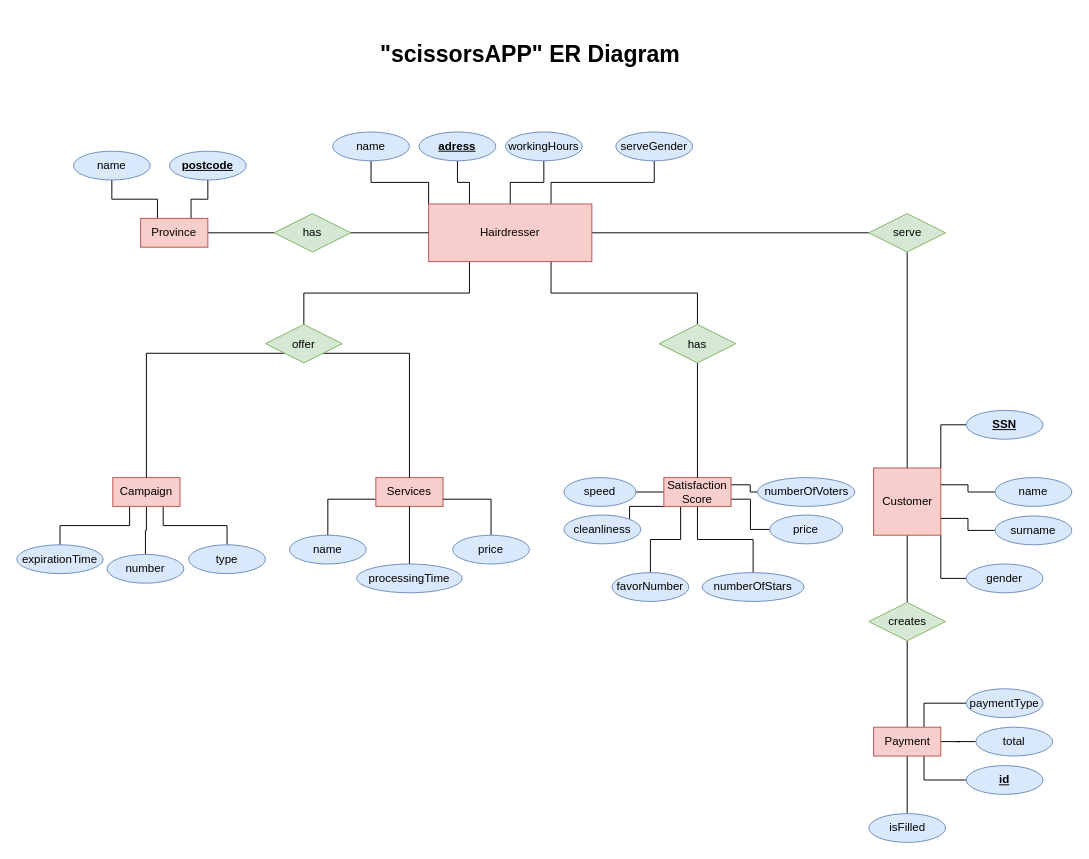
The draw.io diagram Untitled Diagram.drawio in OmerCelikel/scissors_DBMSproject, before the edit. Source tidied: cells renumbered, new cells numbered last; positions are measured from the earlier drawing's top-left corner, leaving out a move shared by most shapes. Both pictures are drawn from the tidied source at 96%, with x=0, y=0 at pixel (16, 16).
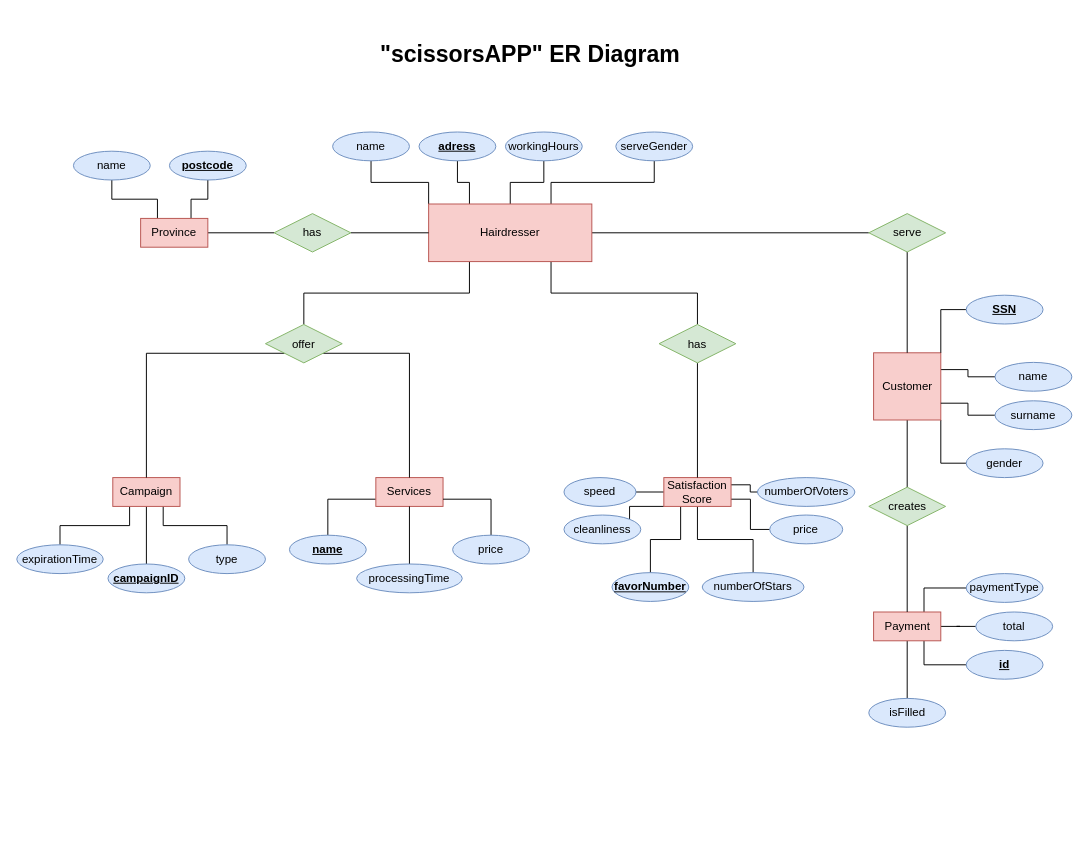
After the change.

Unchanged cells that the change refers to:
```xml
<mxCell id="29" value="Campaign" style="rounded=0;whiteSpace=wrap;html=1;fillColor=#f8cecc;strokeColor=#b85450;" parent="1" vertex="1">
  <mxGeometry x="100" y="480" width="70" height="30" as="geometry" />
</mxCell>
```

The edit, as a diff of the source:
```diff
@@
     <mxCell id="7" value="Payment" style="rounded=0;whiteSpace=wrap;html=1;fillColor=#f8cecc;strokeColor=#b85450;" parent="1" vertex="1">
-      <mxGeometry x="892.5" y="740" width="70" height="30" as="geometry" />
+      <mxGeometry x="892.5" y="620" width="70" height="30" as="geometry" />
     </mxCell>
@@
     <mxCell id="21" value="Customer" style="rounded=0;whiteSpace=wrap;html=1;fillColor=#f8cecc;strokeColor=#b85450;" parent="1" vertex="1">
-      <mxGeometry x="892.5" y="470" width="70" height="70" as="geometry" />
+      <mxGeometry x="892.5" y="350" width="70" height="70" as="geometry" />
     </mxCell>
@@
-    <mxCell id="28" style="edgeStyle=orthogonalEdgeStyle;rounded=0;jettySize=auto;html=1;exitX=0.5;exitY=1;exitDx=0;exitDy=0;entryX=0.5;entryY=0;entryDx=0;entryDy=0;fontFamily=Helvetica;endArrow=none;endFill=0;" parent="1" edge="1" source="29" target="72">
+    <mxCell id="28" style="edgeStyle=orthogonalEdgeStyle;rounded=0;jettySize=auto;html=1;exitX=0.5;exitY=1;exitDx=0;exitDy=0;entryX=0.5;entryY=0;entryDx=0;entryDy=0;fontFamily=Helvetica;fontSize=24;endArrow=none;endFill=0;" parent="1" edge="1" source="29" target="72">
       <mxGeometry relative="1" as="geometry" />
     </mxCell>
@@
     <mxCell id="30" value="name" style="ellipse;whiteSpace=wrap;html=1;fillColor=#dae8fc;strokeColor=#6c8ebf;" parent="1" vertex="1">
-      <mxGeometry x="1019" y="480" width="80" height="30" as="geometry" />
+      <mxGeometry x="1019" y="360" width="80" height="30" as="geometry" />
     </mxCell>
@@
     <mxCell id="37" value="creates" style="rhombus;whiteSpace=wrap;html=1;fontFamily=Helvetica;fillColor=#d5e8d4;strokeColor=#82b366;" parent="1" vertex="1">
-      <mxGeometry x="887.5" y="610" width="80" height="40" as="geometry" />
+      <mxGeometry x="887.5" y="490" width="80" height="40" as="geometry" />
     </mxCell>
@@
     <mxCell id="41" value="&lt;u&gt;&lt;b&gt;SSN&lt;/b&gt;&lt;/u&gt;" style="ellipse;whiteSpace=wrap;html=1;fillColor=#dae8fc;strokeColor=#6c8ebf;" parent="1" vertex="1">
-      <mxGeometry x="989" y="410" width="80" height="30" as="geometry" />
+      <mxGeometry x="989" y="290" width="80" height="30" as="geometry" />
     </mxCell>
@@
     <mxCell id="43" value="surname" style="ellipse;whiteSpace=wrap;html=1;fillColor=#dae8fc;strokeColor=#6c8ebf;" parent="1" vertex="1">
-      <mxGeometry x="1019" y="520" width="80" height="30" as="geometry" />
+      <mxGeometry x="1019" y="400" width="80" height="30" as="geometry" />
     </mxCell>
     <mxCell id="44" value="gender" style="ellipse;whiteSpace=wrap;html=1;fillColor=#dae8fc;strokeColor=#6c8ebf;" parent="1" vertex="1">
-      <mxGeometry x="989" y="570" width="80" height="30" as="geometry" />
+      <mxGeometry x="989" y="450" width="80" height="30" as="geometry" />
     </mxCell>
@@
-    <mxCell id="60" value="favorNumber" style="ellipse;whiteSpace=wrap;html=1;fillColor=#dae8fc;strokeColor=#6c8ebf;" parent="1" vertex="1">
+    <mxCell id="60" value="&lt;u&gt;&lt;b&gt;favorNumber&lt;/b&gt;&lt;/u&gt;" style="ellipse;whiteSpace=wrap;html=1;fillColor=#dae8fc;strokeColor=#6c8ebf;" parent="1" vertex="1">
       <mxGeometry x="620" y="579" width="80" height="30" as="geometry" />
     </mxCell>
@@
-    <mxCell id="66" value="name" style="ellipse;whiteSpace=wrap;html=1;fillColor=#dae8fc;strokeColor=#6c8ebf;" parent="1" vertex="1">
+    <mxCell id="66" value="&lt;u&gt;&lt;b&gt;name&lt;/b&gt;&lt;/u&gt;" style="ellipse;whiteSpace=wrap;html=1;fillColor=#dae8fc;strokeColor=#6c8ebf;" parent="1" vertex="1">
       <mxGeometry x="284" y="540" width="80" height="30" as="geometry" />
     </mxCell>
@@
-    <mxCell id="72" value="number" style="ellipse;whiteSpace=wrap;html=1;fillColor=#dae8fc;strokeColor=#6c8ebf;" parent="1" vertex="1">
-      <mxGeometry x="94" y="560" width="80" height="30" as="geometry" />
+    <mxCell id="72" value="&lt;u&gt;&lt;b&gt;campaignID&lt;/b&gt;&lt;/u&gt;" style="ellipse;whiteSpace=wrap;html=1;fillColor=#dae8fc;strokeColor=#6c8ebf;" parent="1" vertex="1">
+      <mxGeometry x="95" y="570" width="80" height="30" as="geometry" />
     </mxCell>
@@
     <mxCell id="74" value="paymentType" style="ellipse;whiteSpace=wrap;html=1;fillColor=#dae8fc;strokeColor=#6c8ebf;" parent="1" vertex="1">
-      <mxGeometry x="989" y="700" width="80" height="30" as="geometry" />
+      <mxGeometry x="989" y="580" width="80" height="30" as="geometry" />
     </mxCell>
     <mxCell id="75" value="total" style="ellipse;whiteSpace=wrap;html=1;fillColor=#dae8fc;strokeColor=#6c8ebf;" parent="1" vertex="1">
-      <mxGeometry x="999" y="740" width="80" height="30" as="geometry" />
+      <mxGeometry x="999" y="620" width="80" height="30" as="geometry" />
     </mxCell>
     <mxCell id="76" value="&lt;u&gt;&lt;b&gt;id&lt;/b&gt;&lt;/u&gt;" style="ellipse;whiteSpace=wrap;html=1;fillColor=#dae8fc;strokeColor=#6c8ebf;" parent="1" vertex="1">
-      <mxGeometry x="989" y="780" width="80" height="30" as="geometry" />
+      <mxGeometry x="989" y="660" width="80" height="30" as="geometry" />
     </mxCell>
@@
     <mxCell id="78" value="isFilled" style="ellipse;whiteSpace=wrap;html=1;fillColor=#dae8fc;strokeColor=#6c8ebf;" parent="1" vertex="1">
-      <mxGeometry x="887.5" y="830" width="80" height="30" as="geometry" />
+      <mxGeometry x="887.5" y="710" width="80" height="30" as="geometry" />
     </mxCell>
```
